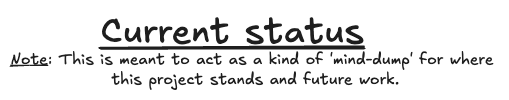
This is excalidraw/current_progress.excalidraw.png from DanielWestgaard/ml-pred, a Excalidraw export, as it was before one commit. Source tidied: one line per element, renumbered; positions are measured from the earlier drawing's top-left corner, leaving out a move shared by most shapes.
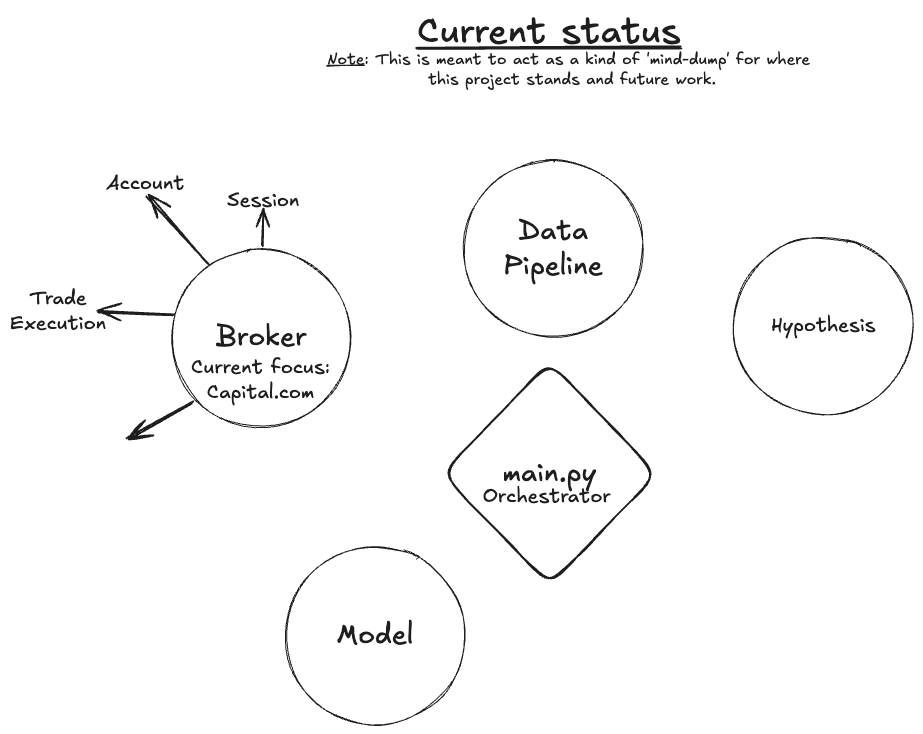
The same file after the commit.

What changed in the source:
```diff
@@ -2,3 +2,22 @@
 {"id": 1, "type": "text", "text": "Current status", "strokeColor": "#1e1e1e", "strokeWidth": 2, "roughness": 1, "fontSize": 36, "fontFamily": 5, "x": 91, "y": 0, "width": 263, "height": 45}
 {"id": 2, "type": "line", "strokeColor": "#1e1e1e", "strokeWidth": 2, "roughness": 1, "round": true, "x": 90, "y": 38, "width": 265, "height": 0, "points": [[0, 0], [265, 0]]}
 {"id": 3, "type": "line", "strokeColor": "#1e1e1e", "strokeWidth": 1, "roughness": 1, "round": true, "x": 0, "y": 55, "width": 38, "height": 0, "points": [[0, 0], [38, 0]]}
+{"id": 4, "type": "ellipse", "strokeColor": "#1e1e1e", "strokeWidth": 1, "roughness": 1, "round": true, "x": -155, "y": 239, "width": 180, "height": 178}
+{"id": 5, "type": "text", "text": "Broker", "strokeColor": "#1e1e1e", "strokeWidth": 1, "roughness": 1, "fontSize": 28, "fontFamily": 5, "textAlign": "center", "verticalAlign": "middle", "inside": 4, "x": -111, "y": 311, "width": 91, "height": 35}
+{"id": 6, "type": "ellipse", "strokeColor": "#1e1e1e", "strokeWidth": 1, "roughness": 1, "round": true, "x": 137, "y": 150, "width": 180, "height": 178}
+{"id": 7, "type": "text", "text": "Data\nPipeline", "strokeColor": "#1e1e1e", "strokeWidth": 1, "roughness": 1, "fontSize": 28, "fontFamily": 5, "textAlign": "center", "verticalAlign": "middle", "inside": 6, "x": 177, "y": 204, "width": 99, "height": 70}
+{"id": 8, "type": "ellipse", "strokeColor": "#1e1e1e", "strokeWidth": 1, "roughness": 1, "round": true, "x": -41, "y": 536, "width": 180, "height": 178}
+{"id": 9, "type": "text", "text": "Model", "strokeColor": "#1e1e1e", "strokeWidth": 1, "roughness": 1, "fontSize": 28, "fontFamily": 5, "textAlign": "center", "verticalAlign": "middle", "inside": 8, "x": 10, "y": 608, "width": 77, "height": 35}
+{"id": 10, "type": "ellipse", "strokeColor": "#1e1e1e", "strokeWidth": 1, "roughness": 1, "round": true, "x": 407, "y": 227, "width": 180, "height": 178}
+{"id": 11, "type": "text", "text": "Hypothesis", "strokeColor": "#1e1e1e", "strokeWidth": 1, "roughness": 1, "fontSize": 20, "fontFamily": 5, "textAlign": "center", "verticalAlign": "middle", "inside": 10, "x": 444, "y": 304, "width": 105, "height": 25}
+{"id": 12, "type": "arrow", "strokeColor": "#1e1e1e", "strokeWidth": 2, "roughness": 1, "endArrowhead": "arrow", "round": true, "from": 4, "x": -119, "y": 253, "width": 61, "height": 67, "points": [[0, 0], [-61, -67]]}
+{"id": 13, "type": "text", "text": "Current focus:\nCapital.com", "strokeColor": "#1e1e1e", "strokeWidth": 2, "roughness": 1, "fontSize": 20, "fontFamily": 5, "textAlign": "center", "x": -136, "y": 346, "width": 139, "height": 50}
+{"id": 14, "type": "text", "text": "Account", "strokeColor": "#1e1e1e", "strokeWidth": 2, "roughness": 1, "fontSize": 20, "fontFamily": 5, "textAlign": "center", "x": -220, "y": 161, "width": 78, "height": 25}
+{"id": 15, "type": "arrow", "strokeColor": "#1e1e1e", "strokeWidth": 2, "roughness": 1, "endArrowhead": "arrow", "round": true, "from": 4, "x": -64, "y": 236, "width": 1, "height": 37, "points": [[0, 0], [1, -37]]}
+{"id": 16, "type": "text", "text": "Session", "strokeColor": "#1e1e1e", "strokeWidth": 2, "roughness": 1, "fontSize": 20, "fontFamily": 5, "textAlign": "center", "x": -99, "y": 178, "width": 72, "height": 25}
+{"id": 17, "type": "arrow", "strokeColor": "#1e1e1e", "strokeWidth": 2, "roughness": 1, "endArrowhead": "arrow", "round": true, "from": 4, "x": -153, "y": 304, "width": 76, "height": 3, "points": [[0, 0], [-76, -3]]}
+{"id": 18, "type": "text", "text": "Trade\nExecution", "strokeColor": "#1e1e1e", "strokeWidth": 2, "roughness": 1, "fontSize": 20, "fontFamily": 5, "textAlign": "center", "x": -317, "y": 277, "width": 96, "height": 50}
+{"id": 19, "type": "arrow", "strokeColor": "#1e1e1e", "strokeWidth": 2, "roughness": 1, "endArrowhead": "arrow", "round": true, "from": 13, "x": -133, "y": 393, "width": 66, "height": 37, "points": [[0, 0], [-66, 37]]}
+{"id": 20, "type": "diamond", "strokeColor": "#1e1e1e", "strokeWidth": 2, "roughness": 1, "round": true, "x": 115, "y": 352, "width": 216, "height": 224}
+{"id": 21, "type": "text", "text": "main.py", "strokeColor": "#1e1e1e", "strokeWidth": 2, "roughness": 1, "fontSize": 28, "fontFamily": 5, "textAlign": "center", "verticalAlign": "middle", "inside": 20, "x": 176, "y": 446, "width": 94, "height": 35}
+{"id": 22, "type": "text", "text": "Orchestrator", "strokeColor": "#1e1e1e", "strokeWidth": 2, "roughness": 1, "fontSize": 20, "fontFamily": 5, "textAlign": "center", "x": 156, "y": 474, "width": 128, "height": 25}
```
